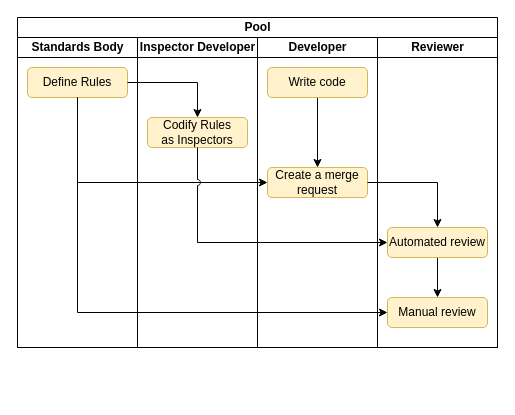
Before: page "Process" (2 of 2) of diagram.drawio in Nasdanika-Demos/merge-request, a draw.io diagram. Source tidied: cells renumbered, new cells numbered last; positions are measured from the earlier drawing's top-left corner, leaving out a move shared by most shapes. Both pictures are drawn from the tidied source at 100%, with x=0, y=0 at pixel (17, 17).
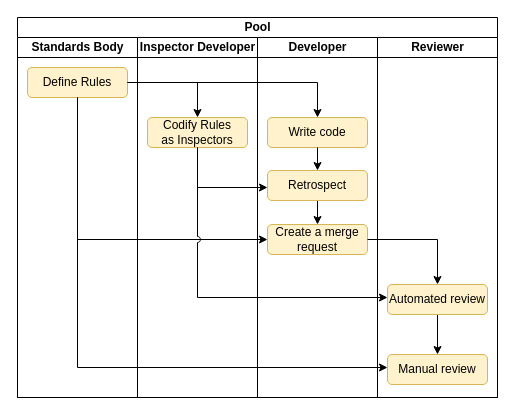
The same page after the edit.

Unchanged cells that the change refers to:
```xml
<mxCell id="4" value="Define Rules" style="rounded=1;whiteSpace=wrap;html=1;fillColor=#fff2cc;strokeColor=#d6b656;" parent="3" vertex="1">
  <mxGeometry x="10" y="30" width="100" height="30" as="geometry" />
</mxCell>
<mxCell id="6" value="Codify Rules&lt;div&gt;as Inspectors&lt;/div&gt;" style="rounded=1;whiteSpace=wrap;html=1;fillColor=#fff2cc;strokeColor=#d6b656;" parent="5" vertex="1">
  <mxGeometry x="10" y="80" width="100" height="30" as="geometry" />
</mxCell>
```

Change to the diagram source:
```diff
@@
     <mxCell id="2" value="Pool" style="swimlane;startSize=20;html=1;" parent="1" vertex="1">
-      <mxGeometry width="480" height="330" as="geometry" />
+      <mxGeometry width="480" height="380" as="geometry" />
     </mxCell>
     <mxCell id="3" value="Standards Body" style="swimlane;startSize=20;html=1;" parent="2" vertex="1">
-      <mxGeometry y="20" width="120" height="310" as="geometry" />
+      <mxGeometry y="20" width="120" height="360" as="geometry" />
     </mxCell>
@@
     <mxCell id="5" value="Inspector Developer" style="swimlane;startSize=20;html=1;" parent="2" vertex="1">
-      <mxGeometry x="120" y="20" width="120" height="310" as="geometry" />
+      <mxGeometry x="120" y="20" width="120" height="360" as="geometry" />
     </mxCell>
@@
     <mxCell id="7" value="Developer" style="swimlane;startSize=20;html=1;" parent="2" vertex="1">
-      <mxGeometry x="240" y="20" width="120" height="310" as="geometry" />
+      <mxGeometry x="240" y="20" width="120" height="360" as="geometry" />
     </mxCell>
-    <mxCell id="8" style="edgeStyle=orthogonalEdgeStyle;rounded=0;jettySize=auto;html=1;" parent="7" edge="1" source="9" target="10">
+    <mxCell id="8" style="edgeStyle=orthogonalEdgeStyle;rounded=0;jettySize=auto;html=1;" parent="7" edge="1" source="20" target="10">
       <mxGeometry relative="1" as="geometry" />
     </mxCell>
     <mxCell id="9" value="Write code" style="rounded=1;whiteSpace=wrap;html=1;fillColor=#fff2cc;strokeColor=#d6b656;" parent="7" vertex="1">
-      <mxGeometry x="10" y="30" width="100" height="30" as="geometry" />
+      <mxGeometry x="10" y="80" width="100" height="30" as="geometry" />
     </mxCell>
     <mxCell id="10" value="Create a merge request" style="rounded=1;whiteSpace=wrap;html=1;fillColor=#fff2cc;strokeColor=#d6b656;" parent="7" vertex="1">
-      <mxGeometry x="10" y="130" width="100" height="30" as="geometry" />
+      <mxGeometry x="10" y="187" width="100" height="30" as="geometry" />
     </mxCell>
+    <mxCell id="20" value="Retrospect" style="rounded=1;whiteSpace=wrap;html=1;fillColor=#fff2cc;strokeColor=#d6b656;" parent="7" vertex="1">
+      <mxGeometry x="10" y="133" width="100" height="30" as="geometry" />
+    </mxCell>
+    <mxCell id="21" style="edgeStyle=orthogonalEdgeStyle;rounded=0;jettySize=auto;html=1;" parent="7" edge="1" source="9" target="20">
+      <mxGeometry relative="1" as="geometry" />
+    </mxCell>
     <mxCell id="11" value="Reviewer" style="swimlane;startSize=20;html=1;" parent="2" vertex="1">
-      <mxGeometry x="360" y="20" width="120" height="310" as="geometry" />
+      <mxGeometry x="360" y="20" width="120" height="360" as="geometry" />
     </mxCell>
@@
     <mxCell id="13" value="Automated review" style="rounded=1;whiteSpace=wrap;html=1;fillColor=#fff2cc;strokeColor=#d6b656;" parent="11" vertex="1">
-      <mxGeometry x="10" y="190" width="100" height="30" as="geometry" />
+      <mxGeometry x="10" y="247" width="100" height="30" as="geometry" />
     </mxCell>
     <mxCell id="14" value="Manual review" style="rounded=1;whiteSpace=wrap;html=1;fillColor=#fff2cc;strokeColor=#d6b656;" parent="11" vertex="1">
-      <mxGeometry x="10" y="260" width="100" height="30" as="geometry" />
+      <mxGeometry x="10" y="317" width="100" height="30" as="geometry" />
     </mxCell>
     <mxCell id="15" style="edgeStyle=orthogonalEdgeStyle;rounded=0;jettySize=auto;html=1;entryX=0;entryY=0.5;entryDx=0;entryDy=0;" parent="2" edge="1" source="4" target="10">
       <mxGeometry relative="1" as="geometry">
         <Array as="points">
-          <mxPoint x="60" y="165" />
+          <mxPoint x="60" y="222" />
         </Array>
       </mxGeometry>
     </mxCell>
@@
     <mxCell id="18" style="edgeStyle=orthogonalEdgeStyle;rounded=0;jettySize=auto;html=1;jumpStyle=arc;" parent="2" edge="1" source="6" target="13">
       <mxGeometry relative="1" as="geometry">
         <Array as="points">
-          <mxPoint x="180" y="225" />
+          <mxPoint x="180" y="280" />
         </Array>
       </mxGeometry>
     </mxCell>
     <mxCell id="19" style="edgeStyle=orthogonalEdgeStyle;rounded=0;jettySize=auto;html=1;" parent="2" edge="1" source="4" target="14">
       <mxGeometry relative="1" as="geometry">
         <Array as="points">
-          <mxPoint x="60" y="295" />
+          <mxPoint x="60" y="350" />
         </Array>
       </mxGeometry>
     </mxCell>
+    <mxCell id="22" style="edgeStyle=orthogonalEdgeStyle;rounded=0;jettySize=auto;html=1;" parent="2" edge="1" source="4" target="9">
+      <mxGeometry relative="1" as="geometry">
+        <Array as="points">
+          <mxPoint x="300" y="65" />
+        </Array>
+      </mxGeometry>
+    </mxCell>
+    <mxCell id="23" style="edgeStyle=orthogonalEdgeStyle;rounded=0;jettySize=auto;html=1;" parent="2" edge="1" source="6" target="20">
+      <mxGeometry relative="1" as="geometry">
+        <Array as="points">
+          <mxPoint x="180" y="170" />
+        </Array>
+      </mxGeometry>
+    </mxCell>
```
